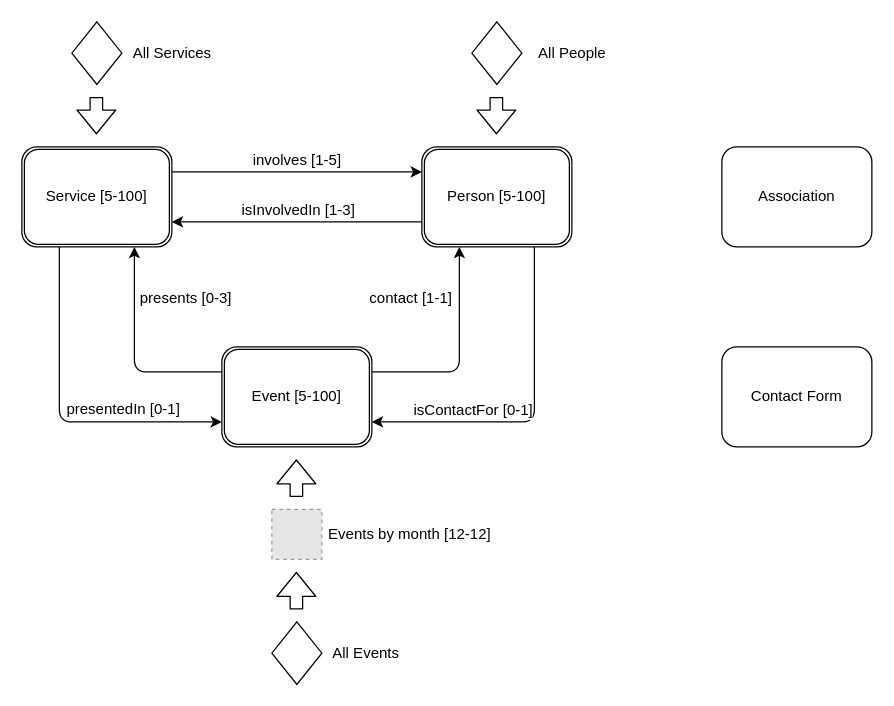
Above: DesignDocument/diagrams/C-IDM.drawio in Alenichel/CodiglioniDellOglioNichelini-HypermediaProject (draw.io), before the change. Source tidied: cells renumbered, new cells numbered last; positions are measured from the earlier drawing's top-left corner, leaving out a move shared by most shapes. Both pictures are drawn from the tidied source at 125%, with x=0, y=0 at pixel (21, 21). Pictures stored in the file or linked from it are replaced by grey dashed boxes.
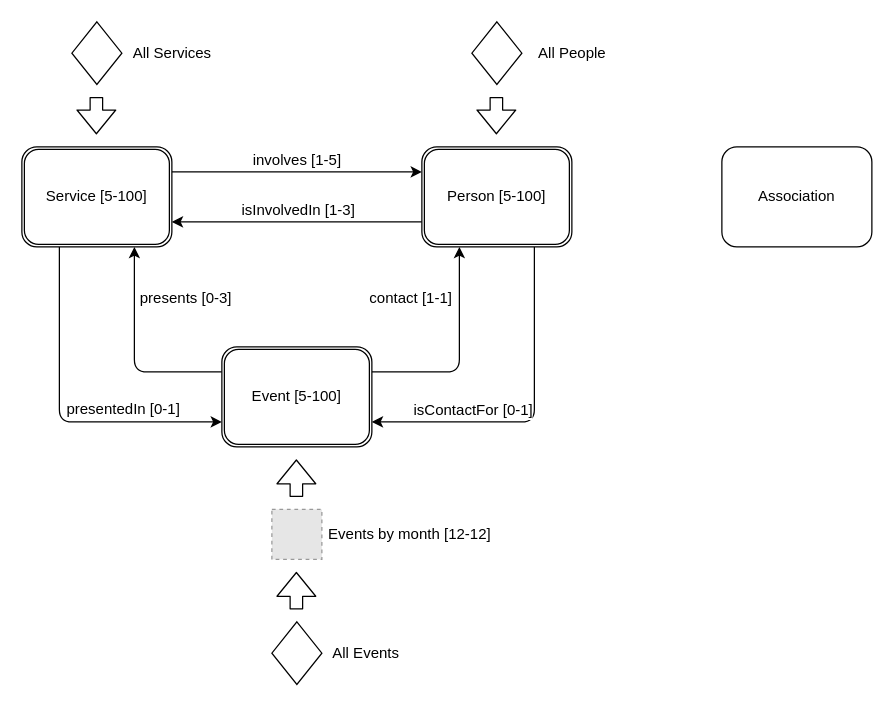
The same diagram, later.

Change to the diagram source:
```diff
@@
-    <mxCell id="30" value="Contact Form" style="rounded=1;whiteSpace=wrap;html=1;" parent="1" vertex="1">
-      <mxGeometry x="560" y="260" width="120" height="80" as="geometry" />
-    </mxCell>
```
